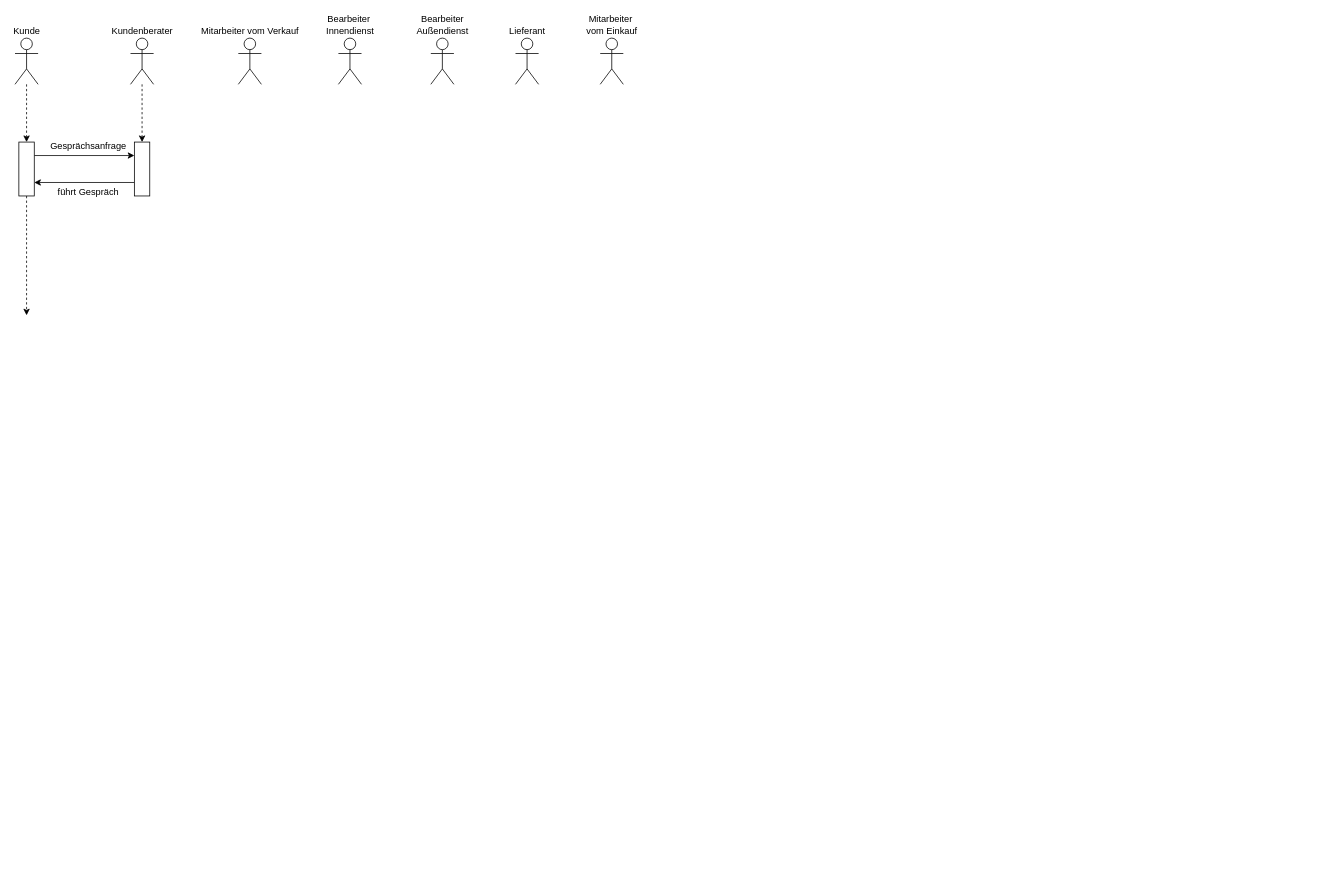
Earlier version of the draw.io diagram diagram/Sequenzdiagramm.drawio (i21Erik/LF_8). Source tidied: cells renumbered, new cells numbered last; positions are measured from the earlier drawing's top-left corner, leaving out a move shared by most shapes. Both pictures are drawn from the tidied source at 77%, with x=0, y=0 at pixel (-1, 38).
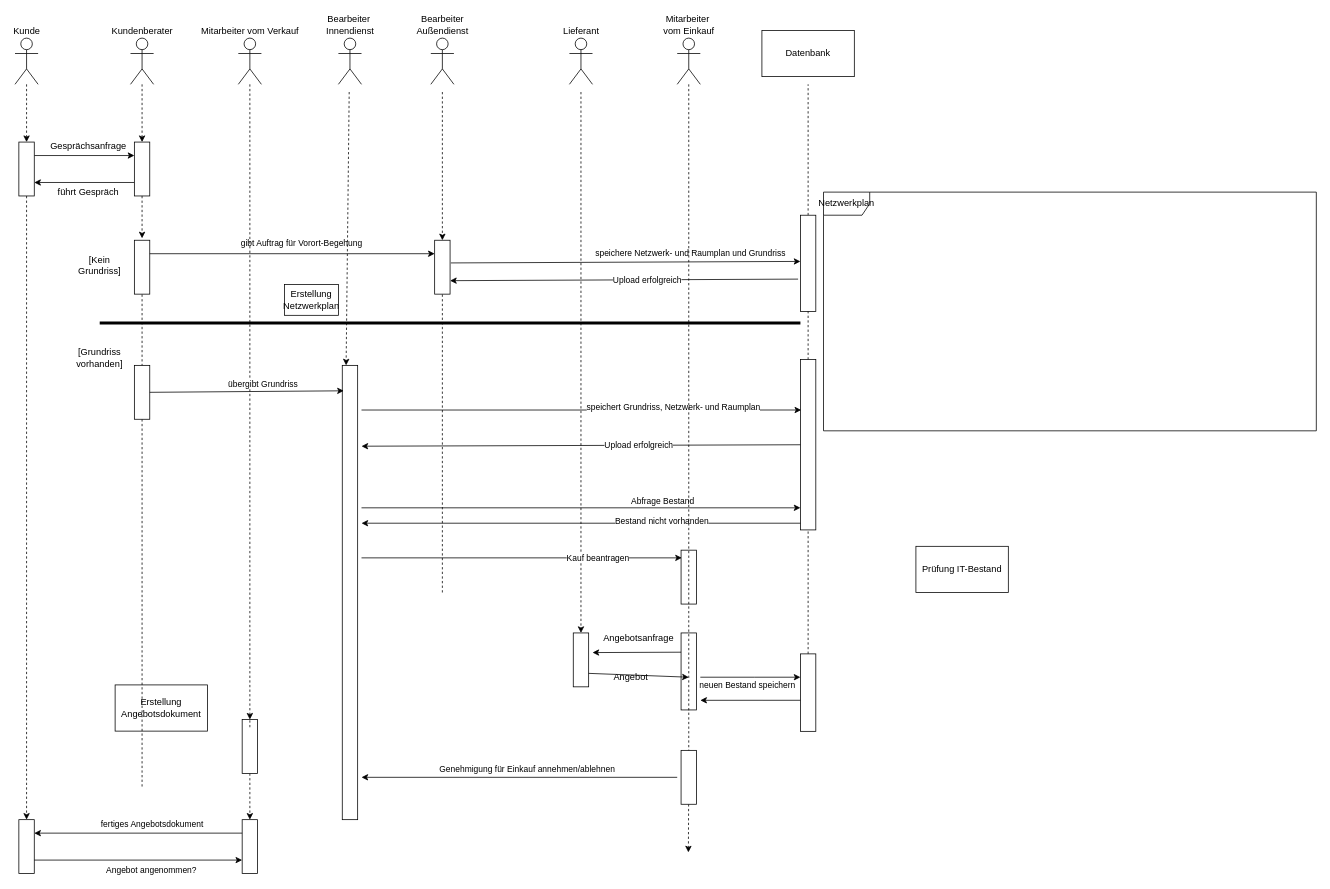
After the change.

Unchanged cells that the change refers to:
```xml
<mxCell id="6" style="rounded=0;whiteSpace=wrap;html=1;rotation=-90;" parent="1" vertex="1">
  <mxGeometry y="160" width="70" height="20" as="geometry" />
</mxCell>
<mxCell id="10" style="rounded=0;whiteSpace=wrap;html=1;rotation=-90;" parent="1" vertex="1">
  <mxGeometry x="150" y="160" width="70" height="20" as="geometry" />
</mxCell>
<mxCell id="13" value="Mitarbeiter vom Verkauf" style="shape=umlActor;verticalLabelPosition=top;verticalAlign=bottom;html=1;labelPosition=center;align=center;" parent="1" vertex="1">
  <mxGeometry x="310" width="30" height="60" as="geometry" />
</mxCell>
```

Change to the diagram source:
```diff
@@
-    <mxCell id="5" style="edgeStyle=orthogonalEdgeStyle;rounded=0;jettySize=auto;html=1;dashed=1;" parent="1" edge="1" source="6">
-      <mxGeometry relative="1" as="geometry">
-        <mxPoint x="35" y="360" as="targetPoint" />
-      </mxGeometry>
+    <mxCell id="5" style="edgeStyle=orthogonalEdgeStyle;rounded=0;jettySize=auto;html=1;dashed=1;entryX=1;entryY=0.5;entryDx=0;entryDy=0;" parent="1" edge="1" source="6" target="19">
+      <mxGeometry relative="1" as="geometry" />
     </mxCell>
@@
     <mxCell id="16" value="Lieferant" style="shape=umlActor;verticalLabelPosition=top;verticalAlign=bottom;html=1;labelPosition=center;align=center;" parent="1" vertex="1">
-      <mxGeometry x="670" width="30" height="60" as="geometry" />
+      <mxGeometry x="740" width="30" height="60" as="geometry" />
     </mxCell>
     <mxCell id="17" value="Mitarbeiter&amp;nbsp;&lt;br&gt;vom Einkauf&lt;br&gt;" style="shape=umlActor;verticalLabelPosition=top;verticalAlign=bottom;html=1;outlineConnect=0;labelPosition=center;align=center;" parent="1" vertex="1">
-      <mxGeometry x="780" width="30" height="60" as="geometry" />
+      <mxGeometry x="880" width="30" height="60" as="geometry" />
     </mxCell>
+    <mxCell id="18" style="rounded=0;whiteSpace=wrap;html=1;rotation=-90;" parent="1" vertex="1">
+      <mxGeometry x="150" y="287.5" width="70" height="20" as="geometry" />
+    </mxCell>
+    <mxCell id="19" style="rounded=0;whiteSpace=wrap;html=1;rotation=-90;" parent="1" vertex="1">
+      <mxGeometry y="1040" width="70" height="20" as="geometry" />
+    </mxCell>
+    <mxCell id="20" style="rounded=0;whiteSpace=wrap;html=1;rotation=-90;" parent="1" vertex="1">
+      <mxGeometry x="720" y="797.5" width="70" height="20" as="geometry" />
+    </mxCell>
+    <mxCell id="21" style="rounded=0;whiteSpace=wrap;html=1;rotation=-90;" parent="1" vertex="1">
+      <mxGeometry x="845" y="812.5" width="100" height="20" as="geometry" />
+    </mxCell>
+    <mxCell id="22" style="rounded=0;whiteSpace=wrap;html=1;rotation=-90;" parent="1" vertex="1">
+      <mxGeometry x="160" y="710" width="590" height="20" as="geometry" />
+    </mxCell>
+    <mxCell id="23" style="rounded=0;whiteSpace=wrap;html=1;rotation=-90;" parent="1" vertex="1">
+      <mxGeometry x="540" y="287.5" width="70" height="20" as="geometry" />
+    </mxCell>
+    <mxCell id="24" style="endArrow=classic;html=1;rounded=0;exitX=0.75;exitY=1;exitDx=0;exitDy=0;entryX=0.75;entryY=0;entryDx=0;entryDy=0;" parent="1" edge="1" source="18" target="23">
+      <mxGeometry relative="1" as="geometry" />
+    </mxCell>
+    <mxCell id="25" value="gibt Auftrag für Vorort-Begehung" style="edgeLabel;html=1;align=center;verticalAlign=middle;" parent="24" vertex="1">
+      <mxGeometry x="0.06" y="-2" relative="1" as="geometry">
+        <mxPoint y="-17" as="offset" />
+      </mxGeometry>
+    </mxCell>
+    <mxCell id="26" style="endArrow=classic;html=1;rounded=0;dashed=1;exitX=0;exitY=0.5;exitDx=0;exitDy=0;" parent="1" edge="1" source="10">
+      <mxGeometry relative="1" as="geometry">
+        <mxPoint x="185" y="260" as="targetPoint" />
+      </mxGeometry>
+    </mxCell>
+    <mxCell id="27" value="Prüfung IT-Bestand" style="rounded=0;whiteSpace=wrap;html=1;" parent="1" vertex="1">
+      <mxGeometry x="1190" y="660" width="120" height="60" as="geometry" />
+    </mxCell>
+    <mxCell id="28" style="endArrow=classic;html=1;rounded=0;exitX=0.75;exitY=0;exitDx=0;exitDy=0;" parent="1" edge="1" source="21">
+      <mxGeometry relative="1" as="geometry">
+        <mxPoint x="770" y="798" as="targetPoint" />
+      </mxGeometry>
+    </mxCell>
+    <mxCell id="29" value="Angebotsanfrage" style="text;html=1;strokeColor=none;fillColor=none;align=center;verticalAlign=middle;whiteSpace=wrap;rounded=0;" parent="1" vertex="1">
+      <mxGeometry x="740" y="770" width="180" height="20" as="geometry" />
+    </mxCell>
+    <mxCell id="30" style="endArrow=classic;html=1;rounded=0;exitX=0.25;exitY=1;exitDx=0;exitDy=0;" parent="1" edge="1" source="20">
+      <mxGeometry relative="1" as="geometry">
+        <mxPoint x="895" y="830" as="targetPoint" />
+      </mxGeometry>
+    </mxCell>
+    <mxCell id="31" value="Angebot" style="text;html=1;strokeColor=none;fillColor=none;align=center;verticalAlign=middle;whiteSpace=wrap;rounded=0;" parent="1" vertex="1">
+      <mxGeometry x="730" y="820" width="180" height="20" as="geometry" />
+    </mxCell>
+    <mxCell id="32" value="Erstellung Netzwerkplan" style="rounded=0;whiteSpace=wrap;html=1;" parent="1" vertex="1">
+      <mxGeometry x="370" y="320" width="70" height="40" as="geometry" />
+    </mxCell>
+    <mxCell id="33" style="endArrow=classic;html=1;rounded=0;" parent="1" edge="1">
+      <mxGeometry relative="1" as="geometry">
+        <mxPoint x="880" y="960" as="sourcePoint" />
+        <mxPoint x="470" y="960" as="targetPoint" />
+      </mxGeometry>
+    </mxCell>
+    <mxCell id="34" value="Genehmigung für Einkauf annehmen/ablehnen" style="edgeLabel;html=1;align=center;verticalAlign=middle;" parent="33" vertex="1">
+      <mxGeometry x="-0.18" y="-1" relative="1" as="geometry">
+        <mxPoint x="-28" y="-11" as="offset" />
+      </mxGeometry>
+    </mxCell>
+    <mxCell id="35" value="Erstellung Angebotsdokument" style="rounded=0;whiteSpace=wrap;html=1;" parent="1" vertex="1">
+      <mxGeometry x="150" y="840" width="120" height="60" as="geometry" />
+    </mxCell>
+    <mxCell id="36" style="rounded=0;whiteSpace=wrap;html=1;rotation=-90;" parent="1" vertex="1">
+      <mxGeometry x="290" y="1040" width="70" height="20" as="geometry" />
+    </mxCell>
+    <mxCell id="37" style="endArrow=classic;html=1;rounded=0;dashed=1;exitX=0;exitY=0.5;exitDx=0;exitDy=0;entryX=1;entryY=0.5;entryDx=0;entryDy=0;startArrow=none;" parent="1" edge="1" source="72" target="36">
+      <mxGeometry relative="1" as="geometry" />
+    </mxCell>
+    <mxCell id="38" style="endArrow=classic;html=1;rounded=0;entryX=0.75;entryY=1;entryDx=0;entryDy=0;exitX=0.75;exitY=0;exitDx=0;exitDy=0;" parent="1" edge="1" source="36" target="19">
+      <mxGeometry relative="1" as="geometry" />
+    </mxCell>
+    <mxCell id="39" value="fertiges Angebotsdokument" style="edgeLabel;html=1;align=center;verticalAlign=middle;" parent="38" vertex="1">
+      <mxGeometry x="-0.36" y="-1" relative="1" as="geometry">
+        <mxPoint x="-32" y="-11" as="offset" />
+      </mxGeometry>
+    </mxCell>
+    <mxCell id="40" style="endArrow=classic;html=1;rounded=0;exitX=0.25;exitY=1;exitDx=0;exitDy=0;entryX=0.25;entryY=0;entryDx=0;entryDy=0;" parent="1" edge="1" source="19" target="36">
+      <mxGeometry relative="1" as="geometry" />
+    </mxCell>
+    <mxCell id="41" value="Angebot angenommen?" style="edgeLabel;html=1;align=center;verticalAlign=middle;" parent="40" vertex="1">
+      <mxGeometry x="0.14" y="-5" relative="1" as="geometry">
+        <mxPoint x="-3" y="8" as="offset" />
+      </mxGeometry>
+    </mxCell>
+    <mxCell id="42" style="endArrow=classic;html=1;rounded=0;dashed=1;" parent="1" edge="1" target="20">
+      <mxGeometry relative="1" as="geometry">
+        <mxPoint x="755" y="70" as="sourcePoint" />
+      </mxGeometry>
+    </mxCell>
+    <mxCell id="43" style="endArrow=classic;html=1;rounded=0;dashed=1;startArrow=none;" parent="1" edge="1" source="82">
+      <mxGeometry relative="1" as="geometry">
+        <mxPoint x="894.5" y="1057.5" as="targetPoint" />
+      </mxGeometry>
+    </mxCell>
+    <mxCell id="44" style="endArrow=classic;html=1;rounded=0;dashed=1;entryX=1;entryY=0.5;entryDx=0;entryDy=0;" parent="1" edge="1" source="13" target="72">
+      <mxGeometry relative="1" as="geometry" />
+    </mxCell>
+    <mxCell id="45" style="endArrow=classic;html=1;rounded=0;dashed=1;entryX=0;entryY=0.5;entryDx=0;entryDy=0;" parent="1" edge="1">
+      <mxGeometry relative="1" as="geometry">
+        <mxPoint x="454" y="70" as="sourcePoint" />
+        <mxPoint x="450" y="425" as="targetPoint" />
+      </mxGeometry>
+    </mxCell>
+    <mxCell id="46" style="endArrow=classic;html=1;rounded=0;dashed=1;entryX=1;entryY=0.5;entryDx=0;entryDy=0;" parent="1" edge="1" target="23">
+      <mxGeometry relative="1" as="geometry">
+        <mxPoint x="575" y="70" as="sourcePoint" />
+      </mxGeometry>
+    </mxCell>
+    <mxCell id="47" value="Netzwerkplan" style="shape=umlFrame;whiteSpace=wrap;html=1;" parent="1" vertex="1">
+      <mxGeometry x="1070" y="200" width="640" height="310" as="geometry" />
+    </mxCell>
+    <mxCell id="48" value="[Kein Grundriss]" style="text;html=1;strokeColor=none;fillColor=none;align=center;verticalAlign=middle;whiteSpace=wrap;rounded=0;" parent="1" vertex="1">
+      <mxGeometry x="100" y="280" width="60" height="30" as="geometry" />
+    </mxCell>
+    <mxCell id="49" value="Datenbank" style="rounded=0;whiteSpace=wrap;html=1;" parent="1" vertex="1">
+      <mxGeometry x="990" y="-10" width="120" height="60" as="geometry" />
+    </mxCell>
+    <mxCell id="50" style="endArrow=none;dashed=1;html=1;rounded=0;startArrow=none;" parent="1" edge="1" source="51">
+      <mxGeometry relative="1" as="geometry">
+        <mxPoint x="1050" y="60" as="targetPoint" />
+      </mxGeometry>
+    </mxCell>
+    <mxCell id="51" style="rounded=0;whiteSpace=wrap;html=1;rotation=-90;" parent="1" vertex="1">
+      <mxGeometry x="987.5" y="282.5" width="125" height="20" as="geometry" />
+    </mxCell>
+    <mxCell id="52" style="endArrow=none;dashed=1;html=1;rounded=0;startArrow=none;" parent="1" edge="1" source="61" target="51">
+      <mxGeometry relative="1" as="geometry" />
+    </mxCell>
+    <mxCell id="53" style="endArrow=classic;html=1;rounded=0;exitX=0.579;exitY=1.05;exitDx=0;exitDy=0;exitPerimeter=0;" parent="1" edge="1" source="23">
+      <mxGeometry relative="1" as="geometry">
+        <mxPoint x="1040" y="290" as="targetPoint" />
+      </mxGeometry>
+    </mxCell>
+    <mxCell id="54" value="speichere Netzwerk- und Raumplan und Grundriss" style="edgeLabel;html=1;align=center;verticalAlign=middle;" parent="53" vertex="1">
+      <mxGeometry x="0.47" y="4" relative="1" as="geometry">
+        <mxPoint x="-23" y="-7" as="offset" />
+      </mxGeometry>
+    </mxCell>
+    <mxCell id="55" style="endArrow=classic;html=1;rounded=0;entryX=0.25;entryY=1;entryDx=0;entryDy=0;exitX=0.336;exitY=-0.15;exitDx=0;exitDy=0;exitPerimeter=0;" parent="1" edge="1" source="51" target="23">
+      <mxGeometry relative="1" as="geometry" />
+    </mxCell>
+    <mxCell id="56" value="Upload erfolgreich" style="edgeLabel;html=1;align=center;verticalAlign=middle;" parent="55" vertex="1">
+      <mxGeometry x="-0.13" relative="1" as="geometry" />
+    </mxCell>
+    <mxCell id="57" style="endArrow=none;dashed=1;html=1;rounded=0;entryX=0;entryY=0.5;entryDx=0;entryDy=0;" parent="1" edge="1" target="18">
+      <mxGeometry relative="1" as="geometry">
+        <mxPoint x="185" y="972" as="sourcePoint" />
+      </mxGeometry>
+    </mxCell>
+    <mxCell id="58" style="endArrow=none;html=1;rounded=0;strokeWidth=4;" parent="1" edge="1">
+      <mxGeometry relative="1" as="geometry">
+        <mxPoint x="130" y="370" as="sourcePoint" />
+        <mxPoint x="1040" y="370" as="targetPoint" />
+      </mxGeometry>
+    </mxCell>
+    <mxCell id="59" value="[Grundriss vorhanden]" style="text;html=1;strokeColor=none;fillColor=none;align=center;verticalAlign=middle;whiteSpace=wrap;rounded=0;" parent="1" vertex="1">
+      <mxGeometry x="100" y="400" width="60" height="30" as="geometry" />
+    </mxCell>
+    <mxCell id="60" style="rounded=0;whiteSpace=wrap;html=1;rotation=-90;" parent="1" vertex="1">
+      <mxGeometry x="150" y="450" width="70" height="20" as="geometry" />
+    </mxCell>
+    <mxCell id="61" style="rounded=0;whiteSpace=wrap;html=1;rotation=-90;" parent="1" vertex="1">
+      <mxGeometry x="939.4" y="518.1" width="221.2" height="20" as="geometry" />
+    </mxCell>
+    <mxCell id="62" style="endArrow=none;dashed=1;html=1;rounded=0;exitX=1;exitY=0.5;exitDx=0;exitDy=0;" parent="1" edge="1" source="79" target="61">
+      <mxGeometry relative="1" as="geometry" />
+    </mxCell>
+    <mxCell id="63" style="endArrow=classic;html=1;rounded=0;strokeWidth=1;exitX=0.5;exitY=1;exitDx=0;exitDy=0;entryX=0.944;entryY=0.1;entryDx=0;entryDy=0;entryPerimeter=0;" parent="1" edge="1" source="60" target="22">
+      <mxGeometry relative="1" as="geometry" />
+    </mxCell>
+    <mxCell id="64" value="übergibt Grundriss" style="edgeLabel;html=1;align=center;verticalAlign=middle;" parent="63" vertex="1">
+      <mxGeometry x="0.18" y="-2" relative="1" as="geometry">
+        <mxPoint x="-3" y="-12" as="offset" />
+      </mxGeometry>
+    </mxCell>
+    <mxCell id="65" style="endArrow=classic;html=1;rounded=0;strokeWidth=1;entryX=0.704;entryY=0.05;entryDx=0;entryDy=0;entryPerimeter=0;" parent="1" edge="1" target="61">
+      <mxGeometry relative="1" as="geometry">
+        <mxPoint x="470" y="483" as="sourcePoint" />
+      </mxGeometry>
+    </mxCell>
+    <mxCell id="66" value="speichert Grundriss, Netzwerk- und Raumplan" style="edgeLabel;html=1;align=center;verticalAlign=middle;" parent="65" vertex="1">
+      <mxGeometry x="0.42" y="3" relative="1" as="geometry" />
+    </mxCell>
+    <mxCell id="67" style="endArrow=none;dashed=1;html=1;rounded=0;strokeWidth=1;entryX=0;entryY=0.5;entryDx=0;entryDy=0;" parent="1" edge="1" target="23">
+      <mxGeometry relative="1" as="geometry">
+        <mxPoint x="575" y="720" as="sourcePoint" />
+      </mxGeometry>
+    </mxCell>
+    <mxCell id="68" style="endArrow=classic;html=1;rounded=0;strokeWidth=1;exitX=0.5;exitY=0;exitDx=0;exitDy=0;" parent="1" edge="1" source="61">
+      <mxGeometry relative="1" as="geometry">
+        <mxPoint x="470" y="530" as="targetPoint" />
+      </mxGeometry>
+    </mxCell>
+    <mxCell id="69" value="Upload erfolgreich" style="edgeLabel;html=1;align=center;verticalAlign=middle;" parent="68" vertex="1">
+      <mxGeometry x="-0.15" relative="1" as="geometry">
+        <mxPoint x="31" as="offset" />
+      </mxGeometry>
+    </mxCell>
+    <mxCell id="70" style="endArrow=classic;html=1;rounded=0;strokeWidth=1;" parent="1" edge="1">
+      <mxGeometry relative="1" as="geometry">
+        <mxPoint x="470" y="610" as="sourcePoint" />
+        <mxPoint x="1040" y="610" as="targetPoint" />
+      </mxGeometry>
+    </mxCell>
+    <mxCell id="71" value="Abfrage Bestand" style="edgeLabel;html=1;align=center;verticalAlign=middle;" parent="70" vertex="1">
+      <mxGeometry x="0.44" y="-2" relative="1" as="geometry">
+        <mxPoint x="-20" y="-12" as="offset" />
+      </mxGeometry>
+    </mxCell>
+    <mxCell id="72" style="rounded=0;whiteSpace=wrap;html=1;rotation=-90;" parent="1" vertex="1">
+      <mxGeometry x="290" y="910" width="70" height="20" as="geometry" />
+    </mxCell>
+    <mxCell id="73" style="endArrow=none;html=1;rounded=0;dashed=1;exitX=0;exitY=0.5;exitDx=0;exitDy=0;entryX=1;entryY=0.5;entryDx=0;entryDy=0;" parent="1" edge="1" target="72">
+      <mxGeometry relative="1" as="geometry">
+        <mxPoint x="325" y="895" as="sourcePoint" />
+      </mxGeometry>
+    </mxCell>
+    <mxCell id="74" style="endArrow=classic;html=1;rounded=0;strokeWidth=1;" parent="1" edge="1">
+      <mxGeometry relative="1" as="geometry">
+        <mxPoint x="1040" y="630" as="sourcePoint" />
+        <mxPoint x="470" y="630" as="targetPoint" />
+      </mxGeometry>
+    </mxCell>
+    <mxCell id="75" value="Bestand nicht vorhanden" style="edgeLabel;html=1;align=center;verticalAlign=middle;" parent="74" vertex="1">
+      <mxGeometry x="-0.15" y="-4" relative="1" as="geometry">
+        <mxPoint x="61" as="offset" />
+      </mxGeometry>
+    </mxCell>
+    <mxCell id="76" style="rounded=0;whiteSpace=wrap;html=1;rotation=-90;" parent="1" vertex="1">
+      <mxGeometry x="860" y="690" width="70" height="20" as="geometry" />
+    </mxCell>
+    <mxCell id="77" style="endArrow=classic;html=1;rounded=0;strokeWidth=1;entryX=0.857;entryY=0.05;entryDx=0;entryDy=0;entryPerimeter=0;" parent="1" edge="1" target="76">
+      <mxGeometry relative="1" as="geometry">
+        <mxPoint x="470" y="675" as="sourcePoint" />
+      </mxGeometry>
+    </mxCell>
+    <mxCell id="78" value="Kauf beantragen" style="edgeLabel;html=1;align=center;verticalAlign=middle;" parent="77" vertex="1">
+      <mxGeometry x="0.47" y="1" relative="1" as="geometry" />
+    </mxCell>
+    <mxCell id="79" style="rounded=0;whiteSpace=wrap;html=1;rotation=-90;" parent="1" vertex="1">
+      <mxGeometry x="999.7" y="840" width="100.6" height="20" as="geometry" />
+    </mxCell>
+    <mxCell id="80" style="endArrow=classic;html=1;rounded=0;" parent="1" edge="1">
+      <mxGeometry relative="1" as="geometry">
+        <mxPoint x="910" y="830" as="sourcePoint" />
+        <mxPoint x="1040" y="830" as="targetPoint" />
+        <Array as="points">
+          <mxPoint x="980" y="830" />
+        </Array>
+      </mxGeometry>
+    </mxCell>
+    <mxCell id="81" value="neuen Bestand speichern" style="edgeLabel;html=1;align=center;verticalAlign=middle;" parent="80" vertex="1">
+      <mxGeometry x="-0.25" y="4" relative="1" as="geometry">
+        <mxPoint x="11" y="14" as="offset" />
+      </mxGeometry>
+    </mxCell>
+    <mxCell id="82" style="rounded=0;whiteSpace=wrap;html=1;rotation=-90;" parent="1" vertex="1">
+      <mxGeometry x="860" y="950" width="70" height="20" as="geometry" />
+    </mxCell>
+    <mxCell id="83" style="endArrow=none;html=1;rounded=0;dashed=1;" parent="1" edge="1" source="17" target="82">
+      <mxGeometry relative="1" as="geometry" />
+    </mxCell>
+    <mxCell id="84" style="endArrow=classic;html=1;rounded=0;exitX=0.401;exitY=0;exitDx=0;exitDy=0;exitPerimeter=0;" parent="1" edge="1" source="79">
+      <mxGeometry relative="1" as="geometry">
+        <mxPoint x="910" y="860" as="targetPoint" />
+      </mxGeometry>
+    </mxCell>
```
